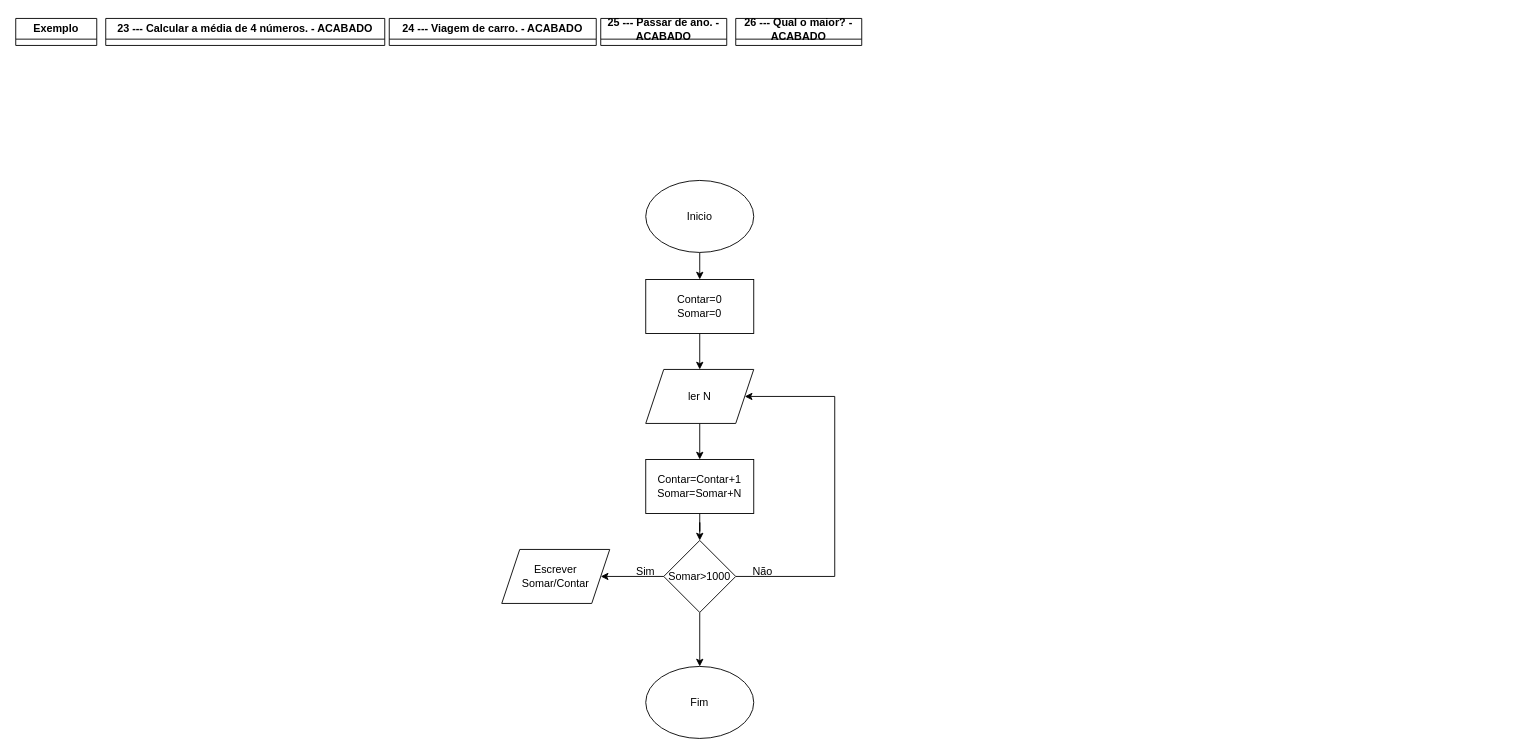
Earlier version of the draw.io diagram fluxograms.drawio (pedrooomrqs/fluxograms). Source tidied: cells renumbered, new cells numbered last; positions are measured from the earlier drawing's top-left corner, leaving out a move shared by most shapes. Both pictures are drawn from the tidied source at 90%, with x=0, y=0 at pixel (15, 18).
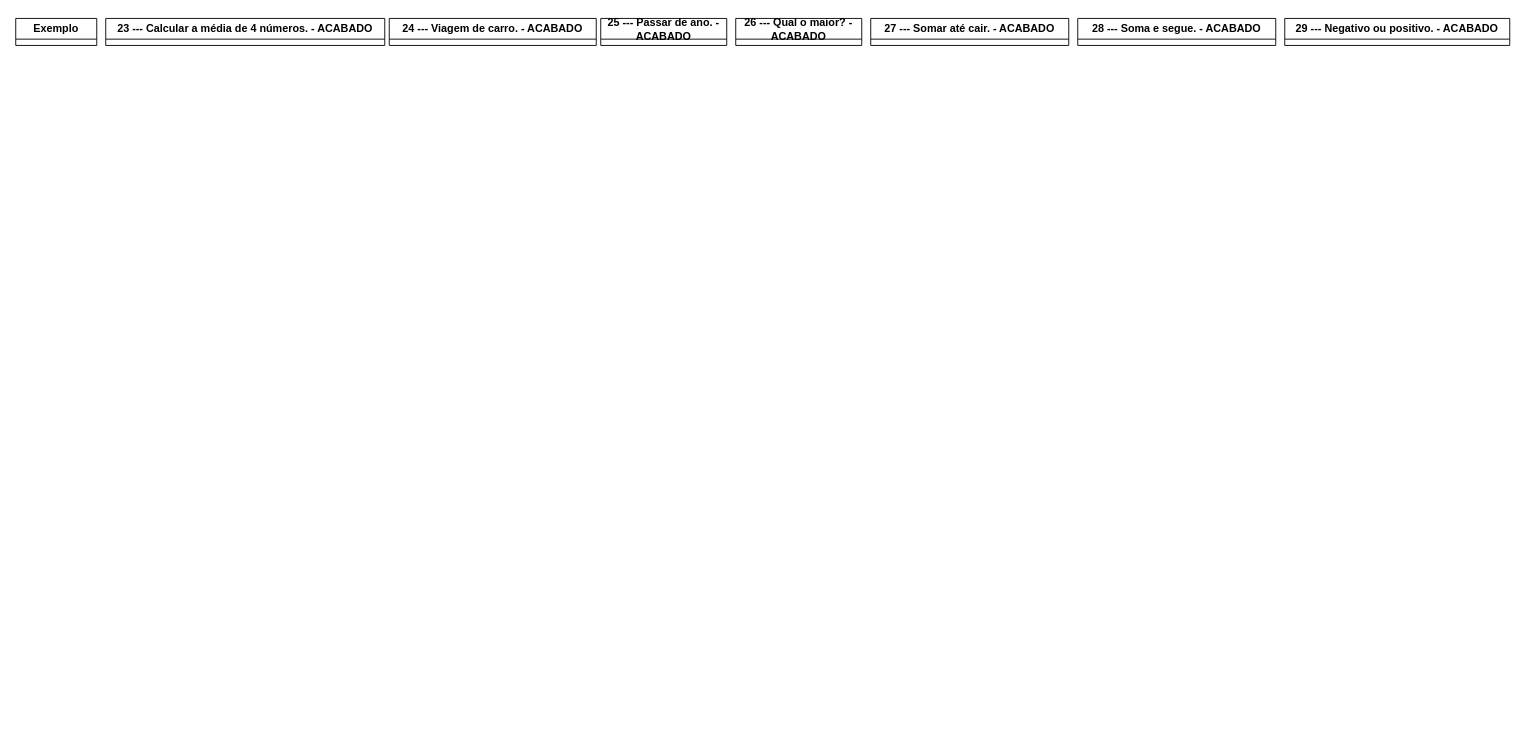
The same diagram, later.

Diff of the diagram source:
```diff
@@
-    <mxCell id="7" style="edgeStyle=orthogonalEdgeStyle;rounded=0;jettySize=auto;html=1;" parent="1" edge="1" source="8">
-      <mxGeometry relative="1" as="geometry">
-        <mxPoint x="760" y="290" as="targetPoint" />
-      </mxGeometry>
-    </mxCell>
-    <mxCell id="8" value="Inicio" style="ellipse;whiteSpace=wrap;html=1;" parent="1" vertex="1">
-      <mxGeometry x="700" y="180" width="120" height="80" as="geometry" />
-    </mxCell>
-    <mxCell id="9" value="Fim" style="ellipse;whiteSpace=wrap;html=1;" parent="1" vertex="1">
-      <mxGeometry x="700" y="720" width="120" height="80" as="geometry" />
-    </mxCell>
-    <mxCell id="10" style="edgeStyle=orthogonalEdgeStyle;rounded=0;jettySize=auto;html=1;" parent="1" edge="1" source="11" target="13">
-      <mxGeometry relative="1" as="geometry" />
-    </mxCell>
-    <mxCell id="11" value="Contar=0&lt;div&gt;Somar=0&lt;/div&gt;" style="rounded=0;whiteSpace=wrap;html=1;" parent="1" vertex="1">
-      <mxGeometry x="700" y="290" width="120" height="60" as="geometry" />
-    </mxCell>
-    <mxCell id="12" style="edgeStyle=orthogonalEdgeStyle;rounded=0;jettySize=auto;html=1;" parent="1" edge="1" source="13" target="15">
-      <mxGeometry relative="1" as="geometry" />
-    </mxCell>
-    <mxCell id="13" value="ler N" style="shape=parallelogram;perimeter=parallelogramPerimeter;whiteSpace=wrap;html=1;fixedSize=1;" parent="1" vertex="1">
-      <mxGeometry x="700" y="390" width="120" height="60" as="geometry" />
-    </mxCell>
-    <mxCell id="14" style="edgeStyle=orthogonalEdgeStyle;rounded=0;jettySize=auto;html=1;" parent="1" edge="1" source="15" target="19">
-      <mxGeometry relative="1" as="geometry" />
-    </mxCell>
-    <mxCell id="15" value="Contar=Contar+1&lt;div&gt;Somar=Somar+N&lt;/div&gt;" style="rounded=0;whiteSpace=wrap;html=1;" parent="1" vertex="1">
-      <mxGeometry x="700" y="490" width="120" height="60" as="geometry" />
-    </mxCell>
-    <mxCell id="16" style="edgeStyle=orthogonalEdgeStyle;rounded=0;jettySize=auto;html=1;" parent="1" edge="1" source="19" target="9">
-      <mxGeometry relative="1" as="geometry" />
-    </mxCell>
-    <mxCell id="17" style="edgeStyle=orthogonalEdgeStyle;rounded=0;jettySize=auto;html=1;" parent="1" edge="1" source="19" target="20">
-      <mxGeometry relative="1" as="geometry" />
-    </mxCell>
-    <mxCell id="18" style="edgeStyle=orthogonalEdgeStyle;rounded=0;jettySize=auto;html=1;entryX=1;entryY=0.5;entryDx=0;entryDy=0;" parent="1" edge="1" source="19" target="13">
-      <mxGeometry relative="1" as="geometry">
-        <Array as="points">
-          <mxPoint x="910" y="620" />
-          <mxPoint x="910" y="420" />
-        </Array>
-      </mxGeometry>
-    </mxCell>
-    <mxCell id="19" value="Somar&amp;gt;1000" style="rhombus;whiteSpace=wrap;html=1;" parent="1" vertex="1">
-      <mxGeometry x="720" y="580" width="80" height="80" as="geometry" />
-    </mxCell>
-    <mxCell id="20" value="Escrever Somar/Contar" style="shape=parallelogram;perimeter=parallelogramPerimeter;whiteSpace=wrap;html=1;fixedSize=1;" parent="1" vertex="1">
-      <mxGeometry x="540" y="590" width="120" height="60" as="geometry" />
-    </mxCell>
-    <mxCell id="21" value="Sim" style="text;html=1;align=center;verticalAlign=middle;whiteSpace=wrap;rounded=0;" parent="1" vertex="1">
-      <mxGeometry x="670" y="600" width="60" height="30" as="geometry" />
-    </mxCell>
-    <mxCell id="22" value="Não" style="text;html=1;align=center;verticalAlign=middle;whiteSpace=wrap;rounded=0;" parent="1" vertex="1">
-      <mxGeometry x="800" y="600" width="60" height="30" as="geometry" />
-    </mxCell>
+    <mxCell id="23" value="27 --- Somar até cair. - ACABADO" style="swimlane;whiteSpace=wrap;html=1;" parent="1" vertex="1" collapsed="1">
+      <mxGeometry x="950" width="220" height="30" as="geometry" />
+    </mxCell>
+    <mxCell id="24" value="28 --- Soma e segue. - ACABADO" style="swimlane;whiteSpace=wrap;html=1;" parent="1" vertex="1" collapsed="1">
+      <mxGeometry x="1180" width="220" height="30" as="geometry" />
+    </mxCell>
+    <mxCell id="25" value="29 --- Negativo ou positivo. - ACABADO" style="swimlane;whiteSpace=wrap;html=1;" parent="1" vertex="1" collapsed="1">
+      <mxGeometry x="1410" width="250" height="30" as="geometry" />
+    </mxCell>
```
